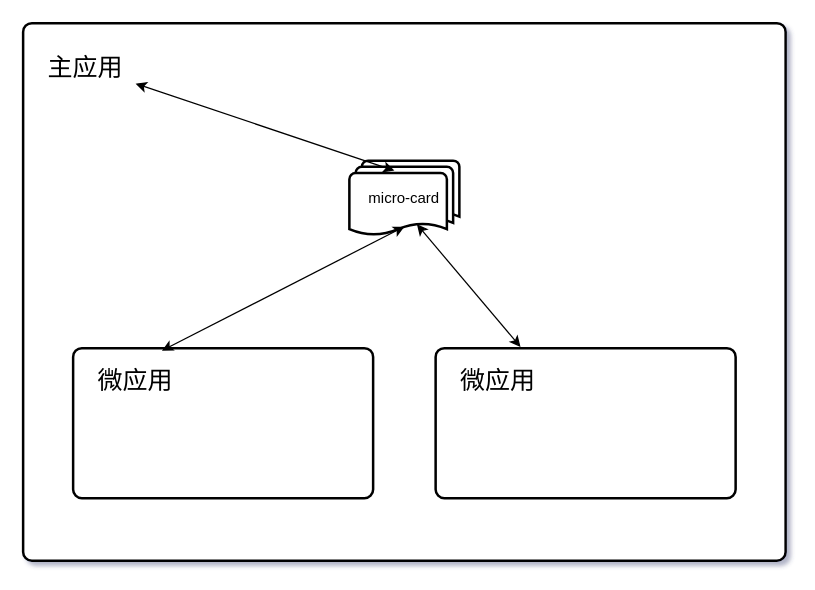
Before: Untitled Diagram.drawio in Mica-Ma/diagrams, a draw.io diagram. Source tidied: cells renumbered, new cells numbered last; positions are measured from the earlier drawing's top-left corner, leaving out a move shared by most shapes. Both pictures are drawn from the tidied source at 125%, with x=0, y=0 at pixel (22, 22).
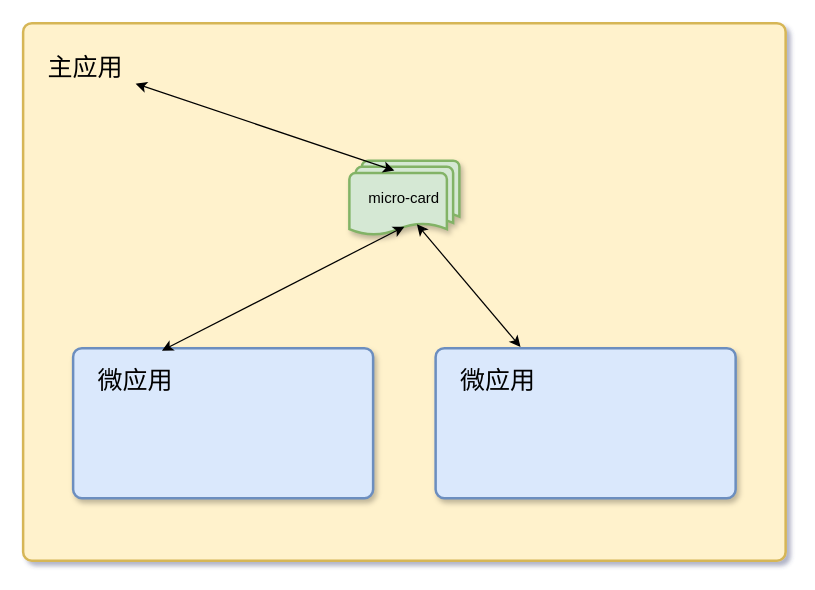
The same diagram, later.

What changed in the source:
```diff
@@
-<mxGraphModel shadow="1">
+<mxGraphModel background="#FFFFFF" shadow="1">
   <root>
     <mxCell id="0" />
     <mxCell id="1" parent="0" />
-    <mxCell id="2" style="rounded=1;whiteSpace=wrap;html=1;absoluteArcSize=1;arcSize=14;strokeWidth=2;" parent="1" vertex="1">
+    <mxCell id="2" style="rounded=1;whiteSpace=wrap;html=1;absoluteArcSize=1;arcSize=14;strokeWidth=2;fillColor=#fff2cc;strokeColor=#d6b656;" parent="1" vertex="1">
       <mxGeometry width="610" height="430" as="geometry" />
     </mxCell>
-    <mxCell id="3" style="rounded=1;whiteSpace=wrap;html=1;absoluteArcSize=1;arcSize=14;strokeWidth=2;" parent="1" vertex="1">
+    <mxCell id="3" style="rounded=1;whiteSpace=wrap;html=1;absoluteArcSize=1;arcSize=14;strokeWidth=2;fillColor=#dae8fc;strokeColor=#6c8ebf;shadow=1;" parent="1" vertex="1">
       <mxGeometry x="40" y="260" width="240" height="120" as="geometry" />
     </mxCell>
-    <mxCell id="4" value="micro-card" style="strokeWidth=2;html=1;shape=mxgraph.flowchart.multi-document;whiteSpace=wrap;" parent="1" vertex="1">
+    <mxCell id="4" value="micro-card" style="strokeWidth=2;html=1;shape=mxgraph.flowchart.multi-document;whiteSpace=wrap;fillColor=#d5e8d4;strokeColor=#82b366;shadow=1;" parent="1" vertex="1">
       <mxGeometry x="261" y="110" width="88" height="60" as="geometry" />
     </mxCell>
     <mxCell id="5" value="&lt;font style=&quot;font-size: 20px&quot;&gt;主应用&lt;/font&gt;" style="text;html=1;strokeColor=none;fillColor=none;align=center;verticalAlign=middle;whiteSpace=wrap;rounded=0;" parent="1" vertex="1">
       <mxGeometry x="10" y="20" width="80" height="30" as="geometry" />
     </mxCell>
     <mxCell id="6" value="&lt;font style=&quot;font-size: 20px&quot;&gt;微应用&lt;/font&gt;" style="text;html=1;strokeColor=none;fillColor=none;align=center;verticalAlign=middle;whiteSpace=wrap;rounded=0;" parent="1" vertex="1">
       <mxGeometry x="50" y="270" width="80" height="30" as="geometry" />
     </mxCell>
     <mxCell id="7" style="endArrow=classic;startArrow=classic;html=1;rounded=0;fontSize=20;entryX=0.5;entryY=0.88;entryDx=0;entryDy=0;entryPerimeter=0;exitX=0.296;exitY=0.017;exitDx=0;exitDy=0;exitPerimeter=0;" parent="1" edge="1" source="3" target="4">
       <mxGeometry relative="1" as="geometry" />
     </mxCell>
     <mxCell id="8" style="endArrow=classic;startArrow=classic;html=1;rounded=0;fontSize=20;exitX=0.409;exitY=0.133;exitDx=0;exitDy=0;exitPerimeter=0;" parent="1" edge="1" source="4" target="5">
       <mxGeometry relative="1" as="geometry" />
     </mxCell>
-    <mxCell id="9" style="rounded=1;whiteSpace=wrap;html=1;absoluteArcSize=1;arcSize=14;strokeWidth=2;" parent="1" vertex="1">
+    <mxCell id="9" style="rounded=1;whiteSpace=wrap;html=1;absoluteArcSize=1;arcSize=14;strokeWidth=2;fillColor=#dae8fc;strokeColor=#6c8ebf;shadow=1;" parent="1" vertex="1">
       <mxGeometry x="330" y="260" width="240" height="120" as="geometry" />
     </mxCell>
     <mxCell id="10" value="&lt;font style=&quot;font-size: 20px&quot;&gt;微应用&lt;/font&gt;" style="text;html=1;strokeColor=none;fillColor=none;align=center;verticalAlign=middle;whiteSpace=wrap;rounded=0;" parent="1" vertex="1">
       <mxGeometry x="340" y="270" width="80" height="30" as="geometry" />
     </mxCell>
     <mxCell id="11" style="endArrow=classic;startArrow=classic;html=1;rounded=0;fontSize=20;exitX=0.283;exitY=-0.008;exitDx=0;exitDy=0;exitPerimeter=0;entryX=0.614;entryY=0.85;entryDx=0;entryDy=0;entryPerimeter=0;" parent="1" edge="1" source="9" target="4">
       <mxGeometry relative="1" as="geometry" />
     </mxCell>
   </root>
 </mxGraphModel>
```
